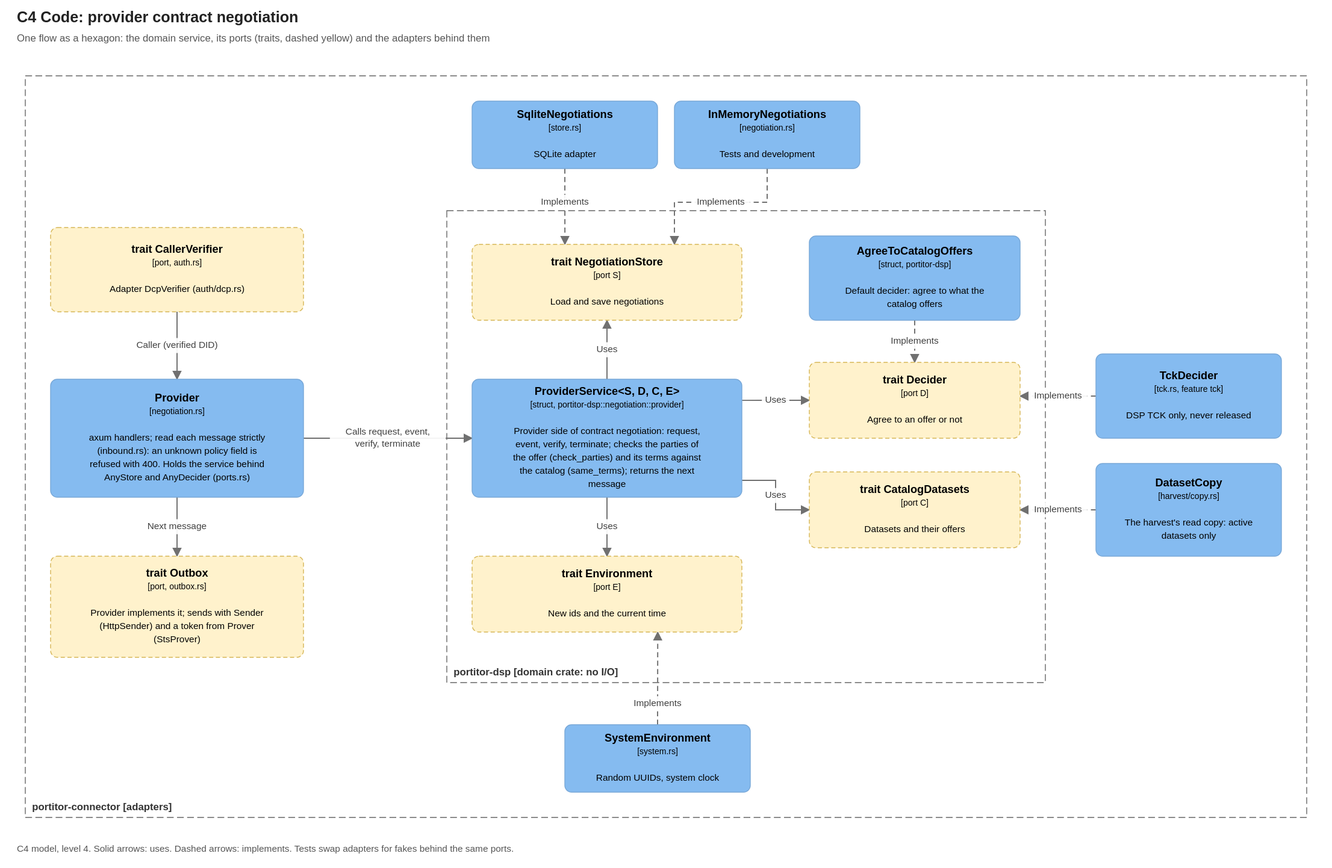
The draw.io diagram docs/diagrams/c4-negotiation-code.drawio.svg in brunopacheco1/portitor, before a commit. Source tidied: cells renumbered, new cells last; positions are measured from the earlier drawing's top-left corner, leaving out a move shared by most shapes. Source of this version:
```xml
<mxGraphModel background="#FFFFFF">
  <root>
    <mxCell id="0" />
    <mxCell id="1" parent="0" />
    <mxCell id="2" value="portitor-dsp  [domain crate: no I/O]" style="rounded=0;whiteSpace=wrap;html=1;fillColor=none;dashed=1;dashPattern=8 4;strokeColor=#666666;fontColor=#333333;align=left;verticalAlign=bottom;spacingLeft=8;spacingBottom=4;fontSize=12;fontStyle=1;" parent="1" vertex="1">
      <mxGeometry x="510" y="160" width="710" height="560" as="geometry" />
    </mxCell>
    <mxCell id="3" value="portitor-connector  [adapters]" style="rounded=0;whiteSpace=wrap;html=1;fillColor=none;dashed=1;dashPattern=8 4;strokeColor=#666666;fontColor=#333333;align=left;verticalAlign=bottom;spacingLeft=8;spacingBottom=4;fontSize=12;fontStyle=1;" parent="1" vertex="1">
      <mxGeometry x="10" width="1520" height="880" as="geometry" />
    </mxCell>
    <mxCell id="4" value="&lt;b&gt;ProviderService&amp;lt;S, D, C, E&amp;gt;&lt;/b&gt;&lt;br&gt;&lt;font style=&quot;font-size:10px&quot;&gt;[struct, portitor-dsp::negotiation::provider]&lt;/font&gt;&lt;br&gt;&lt;br&gt;&lt;font style=&quot;font-size:11px&quot;&gt;Provider side of contract negotiation: request, event, verify, terminate; checks the parties of the offer (check_parties) and its terms against the catalog (same_terms); returns the next message&lt;/font&gt;" style="rounded=1;arcSize=8;whiteSpace=wrap;html=1;fillColor=#85BBF0;strokeColor=#78A8D8;fontColor=#000000;fontSize=13;align=center;verticalAlign=middle;c4Kind=component;c4Name=ProviderService&lt;S, D, C, E&gt;;" parent="1" vertex="1">
      <mxGeometry x="540" y="360" width="320" height="140" as="geometry" />
    </mxCell>
    <mxCell id="5" value="&lt;b&gt;trait NegotiationStore&lt;/b&gt;&lt;br&gt;&lt;font style=&quot;font-size:10px&quot;&gt;[port S]&lt;/font&gt;&lt;br&gt;&lt;br&gt;&lt;font style=&quot;font-size:11px&quot;&gt;Load and save negotiations&lt;/font&gt;" style="rounded=1;arcSize=8;dashed=1;whiteSpace=wrap;html=1;fillColor=#FFF2CC;strokeColor=#D6B656;fontColor=#000000;fontSize=13;align=center;verticalAlign=middle;c4Kind=port;c4Name=trait NegotiationStore;" parent="1" vertex="1">
      <mxGeometry x="540" y="200" width="320" height="90" as="geometry" />
    </mxCell>
    <mxCell id="6" value="&lt;b&gt;trait Environment&lt;/b&gt;&lt;br&gt;&lt;font style=&quot;font-size:10px&quot;&gt;[port E]&lt;/font&gt;&lt;br&gt;&lt;br&gt;&lt;font style=&quot;font-size:11px&quot;&gt;New ids and the current time&lt;/font&gt;" style="rounded=1;arcSize=8;dashed=1;whiteSpace=wrap;html=1;fillColor=#FFF2CC;strokeColor=#D6B656;fontColor=#000000;fontSize=13;align=center;verticalAlign=middle;c4Kind=port;c4Name=trait Environment;" parent="1" vertex="1">
      <mxGeometry x="540" y="570" width="320" height="90" as="geometry" />
    </mxCell>
    <mxCell id="7" value="&lt;b&gt;AgreeToCatalogOffers&lt;/b&gt;&lt;br&gt;&lt;font style=&quot;font-size:10px&quot;&gt;[struct, portitor-dsp]&lt;/font&gt;&lt;br&gt;&lt;br&gt;&lt;font style=&quot;font-size:11px&quot;&gt;Default decider: agree to what the catalog offers&lt;/font&gt;" style="rounded=1;arcSize=8;whiteSpace=wrap;html=1;fillColor=#85BBF0;strokeColor=#78A8D8;fontColor=#000000;fontSize=13;align=center;verticalAlign=middle;c4Kind=component;c4Name=AgreeToCatalogOffers;" parent="1" vertex="1">
      <mxGeometry x="940" y="190" width="250" height="100" as="geometry" />
    </mxCell>
    <mxCell id="8" value="&lt;b&gt;trait Decider&lt;/b&gt;&lt;br&gt;&lt;font style=&quot;font-size:10px&quot;&gt;[port D]&lt;/font&gt;&lt;br&gt;&lt;br&gt;&lt;font style=&quot;font-size:11px&quot;&gt;Agree to an offer or not&lt;/font&gt;" style="rounded=1;arcSize=8;dashed=1;whiteSpace=wrap;html=1;fillColor=#FFF2CC;strokeColor=#D6B656;fontColor=#000000;fontSize=13;align=center;verticalAlign=middle;c4Kind=port;c4Name=trait Decider;" parent="1" vertex="1">
      <mxGeometry x="940" y="340" width="250" height="90" as="geometry" />
    </mxCell>
    <mxCell id="9" value="&lt;b&gt;trait CatalogDatasets&lt;/b&gt;&lt;br&gt;&lt;font style=&quot;font-size:10px&quot;&gt;[port C]&lt;/font&gt;&lt;br&gt;&lt;br&gt;&lt;font style=&quot;font-size:11px&quot;&gt;Datasets and their offers&lt;/font&gt;" style="rounded=1;arcSize=8;dashed=1;whiteSpace=wrap;html=1;fillColor=#FFF2CC;strokeColor=#D6B656;fontColor=#000000;fontSize=13;align=center;verticalAlign=middle;c4Kind=port;c4Name=trait CatalogDatasets;" parent="1" vertex="1">
      <mxGeometry x="940" y="470" width="250" height="90" as="geometry" />
    </mxCell>
    <mxCell id="10" value="&lt;b&gt;SqliteNegotiations&lt;/b&gt;&lt;br&gt;&lt;font style=&quot;font-size:10px&quot;&gt;[store.rs]&lt;/font&gt;&lt;br&gt;&lt;br&gt;&lt;font style=&quot;font-size:11px&quot;&gt;SQLite adapter&lt;/font&gt;" style="rounded=1;arcSize=8;whiteSpace=wrap;html=1;fillColor=#85BBF0;strokeColor=#78A8D8;fontColor=#000000;fontSize=13;align=center;verticalAlign=middle;c4Kind=component;c4Name=SqliteNegotiations;" parent="1" vertex="1">
      <mxGeometry x="540" y="30" width="220" height="80" as="geometry" />
    </mxCell>
    <mxCell id="11" value="&lt;b&gt;InMemoryNegotiations&lt;/b&gt;&lt;br&gt;&lt;font style=&quot;font-size:10px&quot;&gt;[negotiation.rs]&lt;/font&gt;&lt;br&gt;&lt;br&gt;&lt;font style=&quot;font-size:11px&quot;&gt;Tests and development&lt;/font&gt;" style="rounded=1;arcSize=8;whiteSpace=wrap;html=1;fillColor=#85BBF0;strokeColor=#78A8D8;fontColor=#000000;fontSize=13;align=center;verticalAlign=middle;c4Kind=component;c4Name=InMemoryNegotiations;" parent="1" vertex="1">
      <mxGeometry x="780" y="30" width="220" height="80" as="geometry" />
    </mxCell>
    <mxCell id="12" value="&lt;b&gt;SystemEnvironment&lt;/b&gt;&lt;br&gt;&lt;font style=&quot;font-size:10px&quot;&gt;[system.rs]&lt;/font&gt;&lt;br&gt;&lt;br&gt;&lt;font style=&quot;font-size:11px&quot;&gt;Random UUIDs, system clock&lt;/font&gt;" style="rounded=1;arcSize=8;whiteSpace=wrap;html=1;fillColor=#85BBF0;strokeColor=#78A8D8;fontColor=#000000;fontSize=13;align=center;verticalAlign=middle;c4Kind=component;c4Name=SystemEnvironment;" parent="1" vertex="1">
      <mxGeometry x="650" y="770" width="220" height="80" as="geometry" />
    </mxCell>
    <mxCell id="13" value="&lt;b&gt;TckDecider&lt;/b&gt;&lt;br&gt;&lt;font style=&quot;font-size:10px&quot;&gt;[tck.rs, feature tck]&lt;/font&gt;&lt;br&gt;&lt;br&gt;&lt;font style=&quot;font-size:11px&quot;&gt;DSP TCK only, never released&lt;/font&gt;" style="rounded=1;arcSize=8;whiteSpace=wrap;html=1;fillColor=#85BBF0;strokeColor=#78A8D8;fontColor=#000000;fontSize=13;align=center;verticalAlign=middle;c4Kind=component;c4Name=TckDecider;" parent="1" vertex="1">
      <mxGeometry x="1280" y="330" width="220" height="100" as="geometry" />
    </mxCell>
    <mxCell id="14" value="&lt;b&gt;DatasetCopy&lt;/b&gt;&lt;br&gt;&lt;font style=&quot;font-size:10px&quot;&gt;[harvest/copy.rs]&lt;/font&gt;&lt;br&gt;&lt;br&gt;&lt;font style=&quot;font-size:11px&quot;&gt;The harvest&amp;#x27;s read copy: active datasets only&lt;/font&gt;" style="rounded=1;arcSize=8;whiteSpace=wrap;html=1;fillColor=#85BBF0;strokeColor=#78A8D8;fontColor=#000000;fontSize=13;align=center;verticalAlign=middle;c4Kind=component;c4Name=DatasetCopy;" parent="1" vertex="1">
      <mxGeometry x="1280" y="460" width="220" height="110" as="geometry" />
    </mxCell>
    <mxCell id="15" value="&lt;b&gt;Provider&lt;/b&gt;&lt;br&gt;&lt;font style=&quot;font-size:10px&quot;&gt;[negotiation.rs]&lt;/font&gt;&lt;br&gt;&lt;br&gt;&lt;font style=&quot;font-size:11px&quot;&gt;axum handlers; read each message strictly (inbound.rs): an unknown policy field is refused with 400. Holds the service behind AnyStore and AnyDecider (ports.rs)&lt;/font&gt;" style="rounded=1;arcSize=8;whiteSpace=wrap;html=1;fillColor=#85BBF0;strokeColor=#78A8D8;fontColor=#000000;fontSize=13;align=center;verticalAlign=middle;c4Kind=component;c4Name=Provider;" parent="1" vertex="1">
      <mxGeometry x="40" y="360" width="300" height="140" as="geometry" />
    </mxCell>
    <mxCell id="16" value="&lt;b&gt;trait CallerVerifier&lt;/b&gt;&lt;br&gt;&lt;font style=&quot;font-size:10px&quot;&gt;[port, auth.rs]&lt;/font&gt;&lt;br&gt;&lt;br&gt;&lt;font style=&quot;font-size:11px&quot;&gt;Adapter DcpVerifier (auth/dcp.rs)&lt;/font&gt;" style="rounded=1;arcSize=8;dashed=1;whiteSpace=wrap;html=1;fillColor=#FFF2CC;strokeColor=#D6B656;fontColor=#000000;fontSize=13;align=center;verticalAlign=middle;c4Kind=port;c4Name=trait CallerVerifier;" parent="1" vertex="1">
      <mxGeometry x="40" y="180" width="300" height="100" as="geometry" />
    </mxCell>
    <mxCell id="17" value="&lt;b&gt;trait Outbox&lt;/b&gt;&lt;br&gt;&lt;font style=&quot;font-size:10px&quot;&gt;[port, outbox.rs]&lt;/font&gt;&lt;br&gt;&lt;br&gt;&lt;font style=&quot;font-size:11px&quot;&gt;Provider implements it; sends with Sender (HttpSender) and a token from Prover (StsProver)&lt;/font&gt;" style="rounded=1;arcSize=8;dashed=1;whiteSpace=wrap;html=1;fillColor=#FFF2CC;strokeColor=#D6B656;fontColor=#000000;fontSize=13;align=center;verticalAlign=middle;c4Kind=port;c4Name=trait Outbox;" parent="1" vertex="1">
      <mxGeometry x="40" y="570" width="300" height="120" as="geometry" />
    </mxCell>
    <mxCell id="18" value="Calls request, event, verify, terminate" style="endArrow=blockThin;endFill=1;html=1;rounded=0;strokeColor=#707070;fontSize=11;fontColor=#404040;labelBackgroundColor=#FFFFFF;exitX=1.000;exitY=0.500;exitPerimeter=0;entryX=0.000;entryY=0.500;entryPerimeter=0;" parent="1" edge="1" source="15" target="4">
      <mxGeometry relative="1" as="geometry" />
    </mxCell>
    <mxCell id="19" value="Caller (verified DID)" style="endArrow=blockThin;endFill=1;html=1;rounded=0;strokeColor=#707070;fontSize=11;fontColor=#404040;labelBackgroundColor=#FFFFFF;exitX=0.500;exitY=1.000;exitPerimeter=0;entryX=0.500;entryY=0.000;entryPerimeter=0;" parent="1" edge="1" source="16" target="15">
      <mxGeometry relative="1" as="geometry" />
    </mxCell>
    <mxCell id="20" value="Next message" style="endArrow=blockThin;endFill=1;html=1;rounded=0;strokeColor=#707070;fontSize=11;fontColor=#404040;labelBackgroundColor=#FFFFFF;exitX=0.500;exitY=1.000;exitPerimeter=0;entryX=0.500;entryY=0.000;entryPerimeter=0;" parent="1" edge="1" source="15" target="17">
      <mxGeometry relative="1" as="geometry" />
    </mxCell>
    <mxCell id="21" value="Uses" style="endArrow=blockThin;endFill=1;html=1;rounded=0;strokeColor=#707070;fontSize=11;fontColor=#404040;labelBackgroundColor=#FFFFFF;exitX=0.500;exitY=0.000;exitPerimeter=0;entryX=0.500;entryY=1.000;entryPerimeter=0;" parent="1" edge="1" source="4" target="5">
      <mxGeometry relative="1" as="geometry" />
    </mxCell>
    <mxCell id="22" value="Uses" style="endArrow=blockThin;endFill=1;html=1;rounded=0;strokeColor=#707070;fontSize=11;fontColor=#404040;labelBackgroundColor=#FFFFFF;exitX=0.500;exitY=1.000;exitPerimeter=0;entryX=0.500;entryY=0.000;entryPerimeter=0;" parent="1" edge="1" source="4" target="6">
      <mxGeometry relative="1" as="geometry" />
    </mxCell>
    <mxCell id="23" value="Uses" style="endArrow=blockThin;endFill=1;html=1;rounded=0;strokeColor=#707070;fontSize=11;fontColor=#404040;labelBackgroundColor=#FFFFFF;exitX=1.000;exitY=0.179;exitPerimeter=0;entryX=0.000;entryY=0.500;entryPerimeter=0;" parent="1" edge="1" source="4" target="8">
      <mxGeometry relative="1" as="geometry" />
    </mxCell>
    <mxCell id="24" value="Uses" style="endArrow=blockThin;endFill=1;html=1;rounded=0;strokeColor=#707070;fontSize=11;fontColor=#404040;labelBackgroundColor=#FFFFFF;exitX=1.000;exitY=0.857;exitPerimeter=0;entryX=0.000;entryY=0.500;entryPerimeter=0;" parent="1" edge="1" source="4" target="9">
      <mxGeometry relative="1" as="geometry">
        <Array as="points">
          <mxPoint x="900" y="480" />
          <mxPoint x="900" y="515" />
        </Array>
      </mxGeometry>
    </mxCell>
    <mxCell id="25" value="Implements" style="endArrow=blockThin;endFill=1;html=1;rounded=0;strokeColor=#707070;fontSize=11;fontColor=#404040;labelBackgroundColor=#FFFFFF;dashed=1;exitX=0.500;exitY=1.000;exitPerimeter=0;entryX=0.500;entryY=0.000;entryPerimeter=0;" parent="1" edge="1" source="7" target="8">
      <mxGeometry relative="1" as="geometry" />
    </mxCell>
    <mxCell id="26" value="Implements" style="endArrow=blockThin;endFill=1;html=1;rounded=0;strokeColor=#707070;fontSize=11;fontColor=#404040;labelBackgroundColor=#FFFFFF;dashed=1;exitX=0.000;exitY=0.500;exitPerimeter=0;entryX=1.000;entryY=0.444;entryPerimeter=0;" parent="1" edge="1" source="13" target="8">
      <mxGeometry relative="1" as="geometry" />
    </mxCell>
    <mxCell id="27" value="Implements" style="endArrow=blockThin;endFill=1;html=1;rounded=0;strokeColor=#707070;fontSize=11;fontColor=#404040;labelBackgroundColor=#FFFFFF;dashed=1;exitX=0.000;exitY=0.500;exitPerimeter=0;entryX=1.000;entryY=0.500;entryPerimeter=0;" parent="1" edge="1" source="14" target="9">
      <mxGeometry relative="1" as="geometry" />
    </mxCell>
    <mxCell id="28" value="Implements" style="endArrow=blockThin;endFill=1;html=1;rounded=0;strokeColor=#707070;fontSize=11;fontColor=#404040;labelBackgroundColor=#FFFFFF;dashed=1;exitX=0.500;exitY=1.000;exitPerimeter=0;entryX=0.344;entryY=0.000;entryPerimeter=0;" parent="1" edge="1" source="10" target="5">
      <mxGeometry relative="1" as="geometry" />
    </mxCell>
    <mxCell id="29" value="Implements" style="endArrow=blockThin;endFill=1;html=1;rounded=0;strokeColor=#707070;fontSize=11;fontColor=#404040;labelBackgroundColor=#FFFFFF;dashed=1;exitX=0.500;exitY=1.000;exitPerimeter=0;entryX=0.750;entryY=0.000;entryPerimeter=0;" parent="1" edge="1" source="11" target="5">
      <mxGeometry relative="1" as="geometry">
        <Array as="points">
          <mxPoint x="890" y="150" />
          <mxPoint x="780" y="150" />
        </Array>
      </mxGeometry>
    </mxCell>
    <mxCell id="30" value="Implements" style="endArrow=blockThin;endFill=1;html=1;rounded=0;strokeColor=#707070;fontSize=11;fontColor=#404040;labelBackgroundColor=#FFFFFF;dashed=1;exitX=0.500;exitY=0.000;exitPerimeter=0;entryX=0.688;entryY=1.000;entryPerimeter=0;" parent="1" edge="1" source="12" target="6">
      <mxGeometry relative="1" as="geometry" />
    </mxCell>
    <mxCell id="31" value="C4 model, level 4. Solid arrows: uses. Dashed arrows: implements. Tests swap adapters for fakes behind the same ports." style="text;html=1;align=left;verticalAlign=top;fontSize=11;fontColor=#555555;whiteSpace=wrap;" parent="1" vertex="1">
      <mxGeometry y="900" width="1540" height="40" as="geometry" />
    </mxCell>
  </root>
</mxGraphModel>
```
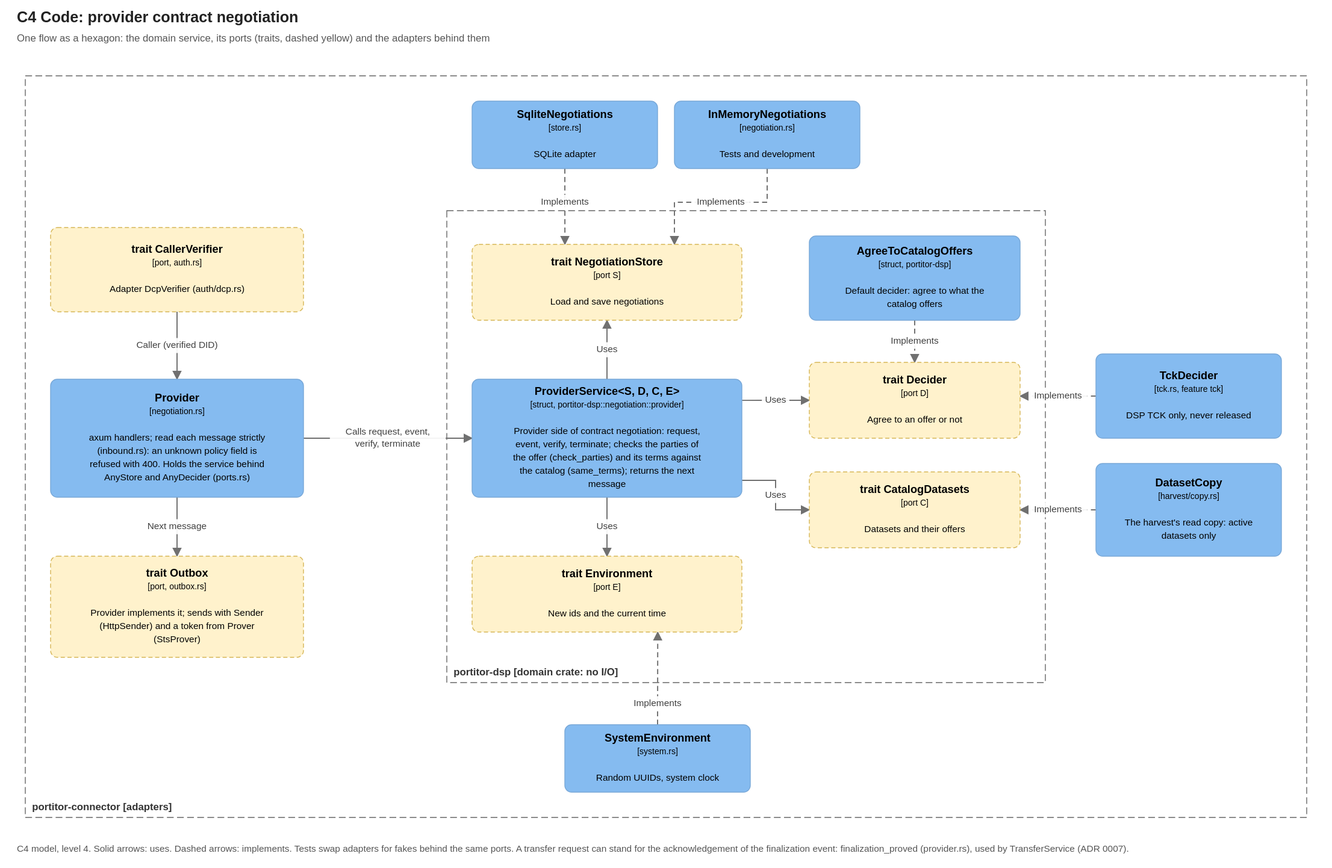
After the commit.

Commit message:
Diagrams: the catalog read through the management API, and the transfer request that settles a finalization

The edit, as a diff of the source:
```diff
@@ -99,7 +99,7 @@
     <mxCell id="30" value="Implements" style="endArrow=blockThin;endFill=1;html=1;rounded=0;strokeColor=#707070;fontSize=11;fontColor=#404040;labelBackgroundColor=#FFFFFF;dashed=1;exitX=0.500;exitY=0.000;exitPerimeter=0;entryX=0.688;entryY=1.000;entryPerimeter=0;" parent="1" edge="1" source="12" target="6">
       <mxGeometry relative="1" as="geometry" />
     </mxCell>
-    <mxCell id="31" value="C4 model, level 4. Solid arrows: uses. Dashed arrows: implements. Tests swap adapters for fakes behind the same ports." style="text;html=1;align=left;verticalAlign=top;fontSize=11;fontColor=#555555;whiteSpace=wrap;" parent="1" vertex="1">
+    <mxCell id="31" value="C4 model, level 4. Solid arrows: uses. Dashed arrows: implements. Tests swap adapters for fakes behind the same ports. A transfer request can stand for the acknowledgement of the finalization event: finalization_proved (provider.rs), used by TransferService (ADR 0007)." style="text;html=1;align=left;verticalAlign=top;fontSize=11;fontColor=#555555;whiteSpace=wrap;" parent="1" vertex="1">
       <mxGeometry y="900" width="1540" height="40" as="geometry" />
     </mxCell>
   </root>
```
